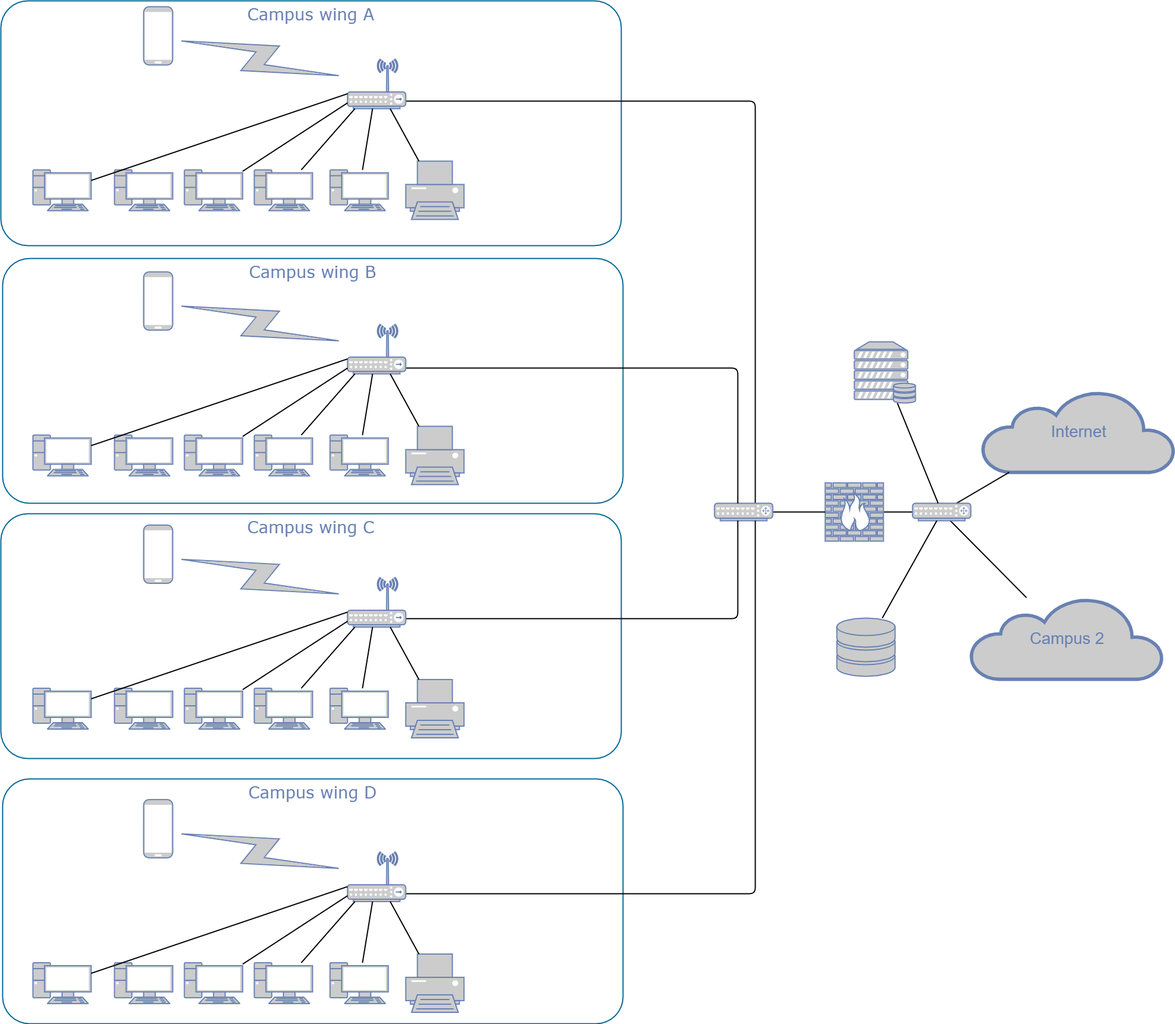
This is homenet-test.png from relishcolouredhat/kc-homeNet, a draw.io export, as it was before one commit. Source tidied: cells renumbered, new cells last; positions are measured from the earlier drawing's top-left corner, leaving out a move shared by most shapes.
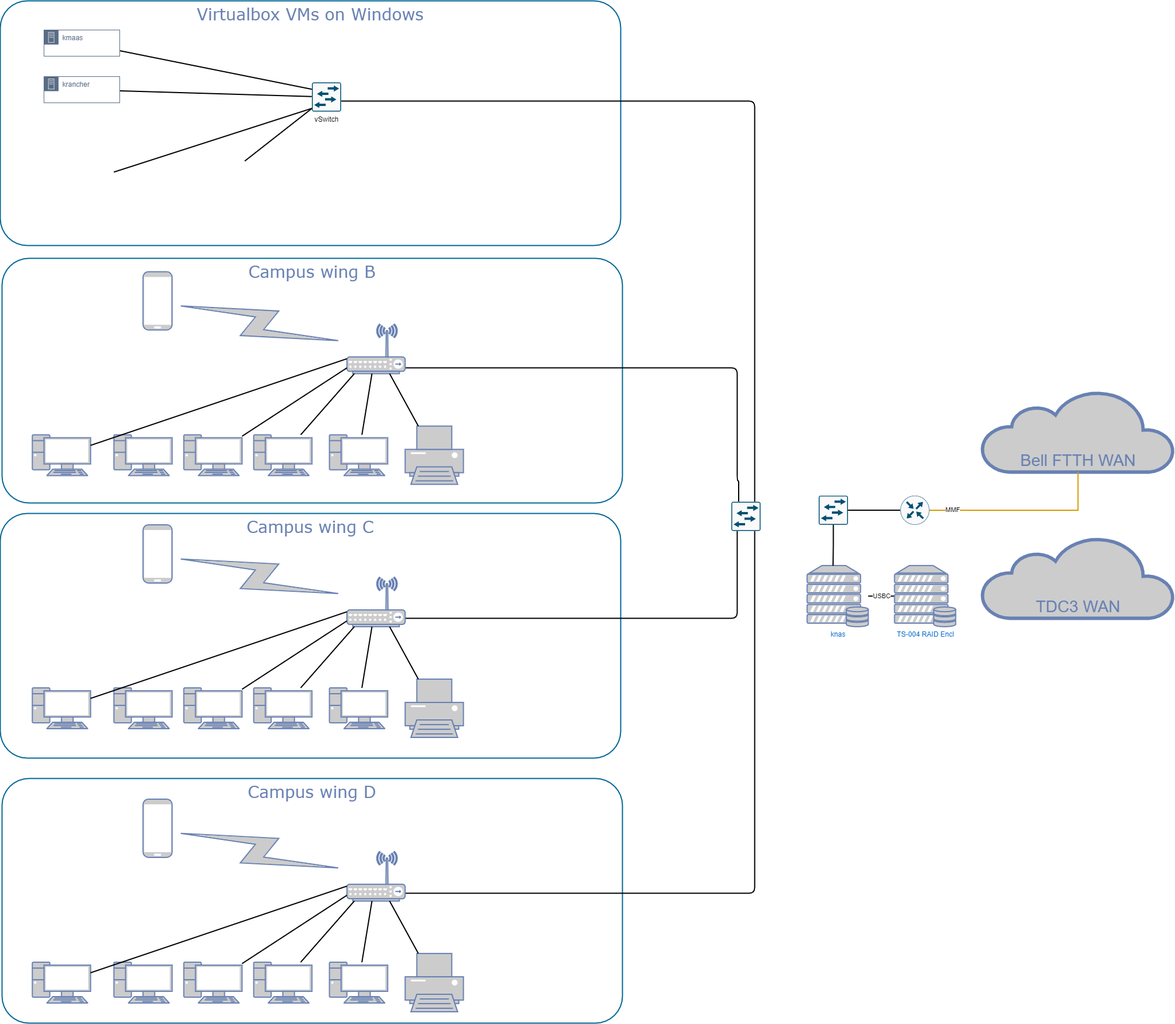
After the commit.

The edit, as a diff of the source:
```diff
@@ -13,12 +13,6 @@
     </mxCell>
-    <mxCell id="5" value="Campus wing A" style="rounded=1;whiteSpace=wrap;html=1;shadow=0;comic=0;strokeColor=#036897;strokeWidth=2;fillColor=none;fontFamily=Verdana;fontSize=28;fontColor=#6881B3;align=center;arcSize=11;verticalAlign=top;" parent="1" vertex="1">
+    <mxCell id="5" value="Virtualbox VMs on Windows" style="rounded=1;whiteSpace=wrap;html=1;shadow=0;comic=0;strokeColor=#036897;strokeWidth=2;fillColor=none;fontFamily=Verdana;fontSize=28;fontColor=#6881B3;align=center;arcSize=11;verticalAlign=top;" parent="1" vertex="1">
       <mxGeometry width="1065" height="420" as="geometry" />
     </mxCell>
-    <mxCell id="6" style="edgeStyle=none;html=1;labelBackgroundColor=none;endArrow=none;endFill=0;strokeWidth=2;fontFamily=Verdana;fontSize=28;fontColor=#6881B3;" parent="1" edge="1" source="7" target="58">
-      <mxGeometry relative="1" as="geometry" />
-    </mxCell>
-    <mxCell id="7" style="fontColor=#0066CC;verticalAlign=top;verticalLabelPosition=bottom;labelPosition=center;align=center;html=1;fillColor=#CCCCCC;strokeColor=#6881B3;gradientColor=none;gradientDirection=north;strokeWidth=2;shape=mxgraph.networks.firewall;rounded=0;shadow=0;comic=0;" parent="1" vertex="1">
-      <mxGeometry x="1415" y="827" width="100" height="100" as="geometry" />
-    </mxCell>
-    <mxCell id="8" style="edgeStyle=orthogonalEdgeStyle;html=1;labelBackgroundColor=none;endArrow=none;endFill=0;strokeWidth=2;fontFamily=Verdana;fontSize=15;fontColor=#036897;" parent="1" edge="1" source="17" target="10">
+    <mxCell id="8" style="edgeStyle=orthogonalEdgeStyle;html=1;labelBackgroundColor=none;endArrow=none;endFill=0;strokeWidth=2;fontFamily=Verdana;fontSize=15;fontColor=#036897;entryX=0.62;entryY=0.52;entryDx=0;entryDy=0;entryPerimeter=0;" parent="1" edge="1" source="80" target="81">
       <mxGeometry relative="1" as="geometry">
@@ -26,2 +20,3 @@
           <mxPoint x="1295" y="172" />
+          <mxPoint x="566" y="172" />
         </Array>
@@ -29,50 +24,18 @@
     </mxCell>
-    <mxCell id="9" style="edgeStyle=none;html=1;labelBackgroundColor=none;endArrow=none;endFill=0;strokeWidth=2;fontFamily=Verdana;fontSize=15;fontColor=#036897;" parent="1" edge="1" source="10" target="7">
-      <mxGeometry relative="1" as="geometry" />
-    </mxCell>
-    <mxCell id="10" style="fontColor=#0066CC;verticalAlign=top;verticalLabelPosition=bottom;labelPosition=center;align=center;html=1;fillColor=#CCCCCC;strokeColor=#6881B3;gradientColor=none;gradientDirection=north;strokeWidth=2;shape=mxgraph.networks.router;rounded=0;shadow=0;comic=0;" parent="1" vertex="1">
-      <mxGeometry x="1225" y="862" width="100" height="30" as="geometry" />
-    </mxCell>
-    <mxCell id="11" style="fontColor=#0066CC;verticalAlign=top;verticalLabelPosition=bottom;labelPosition=center;align=center;html=1;fillColor=#CCCCCC;strokeColor=#6881B3;gradientColor=none;gradientDirection=north;strokeWidth=2;shape=mxgraph.networks.pc;rounded=0;shadow=0;comic=0;" parent="1" vertex="1">
-      <mxGeometry x="55" y="290" width="100" height="70" as="geometry" />
-    </mxCell>
-    <mxCell id="12" style="fontColor=#0066CC;verticalAlign=top;verticalLabelPosition=bottom;labelPosition=center;align=center;html=1;fillColor=#CCCCCC;strokeColor=#6881B3;gradientColor=none;gradientDirection=north;strokeWidth=2;shape=mxgraph.networks.pc;rounded=0;shadow=0;comic=0;" parent="1" vertex="1">
-      <mxGeometry x="195" y="290" width="100" height="70" as="geometry" />
-    </mxCell>
-    <mxCell id="13" style="fontColor=#0066CC;verticalAlign=top;verticalLabelPosition=bottom;labelPosition=center;align=center;html=1;fillColor=#CCCCCC;strokeColor=#6881B3;gradientColor=none;gradientDirection=north;strokeWidth=2;shape=mxgraph.networks.pc;rounded=0;shadow=0;comic=0;" parent="1" vertex="1">
-      <mxGeometry x="315" y="290" width="100" height="70" as="geometry" />
-    </mxCell>
-    <mxCell id="14" style="fontColor=#0066CC;verticalAlign=top;verticalLabelPosition=bottom;labelPosition=center;align=center;html=1;fillColor=#CCCCCC;strokeColor=#6881B3;gradientColor=none;gradientDirection=north;strokeWidth=2;shape=mxgraph.networks.pc;rounded=0;shadow=0;comic=0;" parent="1" vertex="1">
-      <mxGeometry x="435" y="290" width="100" height="70" as="geometry" />
-    </mxCell>
-    <mxCell id="15" style="fontColor=#0066CC;verticalAlign=top;verticalLabelPosition=bottom;labelPosition=center;align=center;html=1;fillColor=#CCCCCC;strokeColor=#6881B3;gradientColor=none;gradientDirection=north;strokeWidth=2;shape=mxgraph.networks.pc;rounded=0;shadow=0;comic=0;" parent="1" vertex="1">
-      <mxGeometry x="565" y="290" width="100" height="70" as="geometry" />
-    </mxCell>
-    <mxCell id="16" style="fontColor=#0066CC;verticalAlign=top;verticalLabelPosition=bottom;labelPosition=center;align=center;html=1;fillColor=#CCCCCC;strokeColor=#6881B3;gradientColor=none;gradientDirection=north;strokeWidth=2;shape=mxgraph.networks.printer;rounded=0;shadow=0;comic=0;" parent="1" vertex="1">
-      <mxGeometry x="695" y="275" width="100" height="100" as="geometry" />
-    </mxCell>
-    <mxCell id="17" style="fontColor=#0066CC;verticalAlign=top;verticalLabelPosition=bottom;labelPosition=center;align=center;html=1;fillColor=#CCCCCC;strokeColor=#6881B3;gradientColor=none;gradientDirection=north;strokeWidth=2;shape=mxgraph.networks.wireless_hub;rounded=0;shadow=0;comic=0;" parent="1" vertex="1">
-      <mxGeometry x="595" y="100" width="100" height="85" as="geometry" />
-    </mxCell>
-    <mxCell id="18" style="edgeStyle=none;html=1;labelBackgroundColor=none;endArrow=none;endFill=0;strokeWidth=2;fontFamily=Verdana;fontSize=15;fontColor=#036897;" parent="1" edge="1" source="11" target="17">
+    <mxCell id="18" style="edgeStyle=none;html=1;labelBackgroundColor=none;endArrow=none;endFill=0;strokeWidth=2;fontFamily=Verdana;fontSize=15;fontColor=#036897;entryX=0.62;entryY=0.36;entryDx=0;entryDy=0;entryPerimeter=0;" parent="1" edge="1" source="82" target="81">
       <mxGeometry relative="1" as="geometry" />
     </mxCell>
-    <mxCell id="19" style="edgeStyle=none;html=1;labelBackgroundColor=none;endArrow=none;endFill=0;strokeWidth=2;fontFamily=Verdana;fontSize=15;fontColor=#036897;" parent="1" edge="1" source="13" target="17">
+    <mxCell id="19" style="edgeStyle=none;html=1;labelBackgroundColor=none;endArrow=none;endFill=0;strokeWidth=2;fontFamily=Verdana;fontSize=15;fontColor=#036897;" parent="1" edge="1" source="83" target="81">
       <mxGeometry relative="1" as="geometry" />
     </mxCell>
-    <mxCell id="20" style="edgeStyle=none;html=1;labelBackgroundColor=none;endArrow=none;endFill=0;strokeWidth=2;fontFamily=Verdana;fontSize=15;fontColor=#036897;" parent="1" edge="1" source="14" target="17">
-      <mxGeometry relative="1" as="geometry" />
+    <mxCell id="20" style="edgeStyle=none;html=1;labelBackgroundColor=none;endArrow=none;endFill=0;strokeWidth=2;fontFamily=Verdana;fontSize=15;fontColor=#036897;entryX=0.84;entryY=0.62;entryDx=0;entryDy=0;entryPerimeter=0;" parent="1" edge="1" target="81">
+      <mxGeometry relative="1" as="geometry">
+        <mxPoint x="195" y="293.9" as="sourcePoint" />
+      </mxGeometry>
     </mxCell>
-    <mxCell id="21" style="edgeStyle=none;html=1;labelBackgroundColor=none;endArrow=none;endFill=0;strokeWidth=2;fontFamily=Verdana;fontSize=15;fontColor=#036897;" parent="1" edge="1" source="15" target="17">
-      <mxGeometry relative="1" as="geometry" />
+    <mxCell id="21" style="edgeStyle=none;html=1;labelBackgroundColor=none;endArrow=none;endFill=0;strokeWidth=2;fontFamily=Verdana;fontSize=15;fontColor=#036897;" parent="1" edge="1" target="81">
+      <mxGeometry relative="1" as="geometry">
+        <mxPoint x="419.7" y="275" as="sourcePoint" />
+      </mxGeometry>
     </mxCell>
-    <mxCell id="22" style="edgeStyle=none;html=1;labelBackgroundColor=none;endArrow=none;endFill=0;strokeWidth=2;fontFamily=Verdana;fontSize=15;fontColor=#036897;" parent="1" edge="1" source="16" target="17">
-      <mxGeometry relative="1" as="geometry" />
-    </mxCell>
-    <mxCell id="23" style="html=1;fillColor=#CCCCCC;strokeColor=#6881B3;gradientColor=none;gradientDirection=north;strokeWidth=2;shape=mxgraph.networks.comm_link_edge;html=1;labelBackgroundColor=none;endArrow=none;endFill=0;fontFamily=Verdana;fontSize=20;" parent="1" edge="1" source="17" target="24">
-      <mxGeometry relative="1" as="geometry" />
-    </mxCell>
-    <mxCell id="24" style="fontColor=#0066CC;verticalAlign=top;verticalLabelPosition=bottom;labelPosition=center;align=center;html=1;fillColor=#CCCCCC;strokeColor=#6881B3;gradientColor=none;gradientDirection=north;strokeWidth=2;shape=mxgraph.networks.mobile;rounded=0;shadow=0;comic=0;" parent="1" vertex="1">
-      <mxGeometry x="245" y="10" width="50" height="100" as="geometry" />
-    </mxCell>
     <mxCell id="25" style="fontColor=#0066CC;verticalAlign=top;verticalLabelPosition=bottom;labelPosition=center;align=center;html=1;fillColor=#CCCCCC;strokeColor=#6881B3;gradientColor=none;gradientDirection=north;strokeWidth=2;shape=mxgraph.networks.pc;rounded=0;shadow=0;comic=0;" parent="1" vertex="1">
@@ -95,3 +58,3 @@
     </mxCell>
-    <mxCell id="31" style="edgeStyle=orthogonalEdgeStyle;html=1;labelBackgroundColor=none;endArrow=none;endFill=0;strokeWidth=2;fontFamily=Verdana;fontSize=15;fontColor=#036897;" parent="1" edge="1" source="32" target="10">
+    <mxCell id="31" style="edgeStyle=orthogonalEdgeStyle;html=1;labelBackgroundColor=none;endArrow=none;endFill=0;strokeWidth=2;fontFamily=Verdana;fontSize=15;fontColor=#036897;entryX=0.25;entryY=0;entryDx=0;entryDy=0;entryPerimeter=0;" parent="1" edge="1" source="32" target="80">
       <mxGeometry relative="1" as="geometry">
@@ -99,2 +62,4 @@
           <mxPoint x="1265" y="630" />
+          <mxPoint x="1265" y="824" />
+          <mxPoint x="1268" y="860" />
         </Array>
@@ -144,3 +109,3 @@
     </mxCell>
-    <mxCell id="46" style="edgeStyle=orthogonalEdgeStyle;html=1;labelBackgroundColor=none;endArrow=none;endFill=0;strokeWidth=2;fontFamily=Verdana;fontSize=15;fontColor=#036897;" parent="1" edge="1" source="47" target="10">
+    <mxCell id="46" style="edgeStyle=orthogonalEdgeStyle;html=1;labelBackgroundColor=none;endArrow=none;endFill=0;strokeWidth=2;fontFamily=Verdana;fontSize=15;fontColor=#036897;" parent="1" edge="1" source="47" target="80">
       <mxGeometry relative="1" as="geometry">
@@ -175,25 +140,10 @@
     </mxCell>
-    <mxCell id="55" value="Internet" style="html=1;fillColor=#CCCCCC;strokeColor=#6881B3;gradientColor=none;gradientDirection=north;strokeWidth=2;shape=mxgraph.networks.cloud;fontColor=#6881B3;rounded=0;shadow=0;comic=0;align=center;fontSize=28;" parent="1" vertex="1">
+    <mxCell id="55" value="Bell FTTH WAN" style="html=1;fillColor=#CCCCCC;strokeColor=#6881B3;gradientColor=none;gradientDirection=north;strokeWidth=2;shape=mxgraph.networks.cloud;fontColor=#6881B3;rounded=0;shadow=0;comic=0;align=center;fontSize=28;verticalAlign=bottom;" parent="1" vertex="1">
       <mxGeometry x="1685" y="669" width="330" height="140" as="geometry" />
     </mxCell>
-    <mxCell id="56" style="edgeStyle=none;html=1;labelBackgroundColor=none;endArrow=none;endFill=0;strokeWidth=2;fontFamily=Verdana;fontSize=28;fontColor=#6881B3;" parent="1" edge="1" source="58" target="55">
-      <mxGeometry relative="1" as="geometry" />
-    </mxCell>
-    <mxCell id="57" style="edgeStyle=none;html=1;labelBackgroundColor=none;endArrow=none;endFill=0;strokeWidth=2;fontFamily=Verdana;fontSize=28;fontColor=#6881B3;" parent="1" edge="1" source="58" target="78">
-      <mxGeometry relative="1" as="geometry" />
-    </mxCell>
-    <mxCell id="58" style="fontColor=#0066CC;verticalAlign=top;verticalLabelPosition=bottom;labelPosition=center;align=center;html=1;fillColor=#CCCCCC;strokeColor=#6881B3;gradientColor=none;gradientDirection=north;strokeWidth=2;shape=mxgraph.networks.router;rounded=0;shadow=0;comic=0;" parent="1" vertex="1">
-      <mxGeometry x="1565" y="862" width="100" height="30" as="geometry" />
-    </mxCell>
-    <mxCell id="59" style="edgeStyle=none;html=1;labelBackgroundColor=none;endArrow=none;endFill=0;strokeWidth=2;fontFamily=Verdana;fontSize=28;fontColor=#6881B3;" parent="1" edge="1" source="60" target="58">
-      <mxGeometry relative="1" as="geometry" />
-    </mxCell>
-    <mxCell id="60" style="fontColor=#0066CC;verticalAlign=top;verticalLabelPosition=bottom;labelPosition=center;align=center;html=1;fillColor=#CCCCCC;strokeColor=#6881B3;gradientColor=none;gradientDirection=north;strokeWidth=2;shape=mxgraph.networks.storage;rounded=0;shadow=0;comic=0;" parent="1" vertex="1">
-      <mxGeometry x="1435" y="1059" width="100" height="100" as="geometry" />
-    </mxCell>
-    <mxCell id="61" style="edgeStyle=none;html=1;labelBackgroundColor=none;endArrow=none;endFill=0;strokeWidth=2;fontFamily=Verdana;fontSize=28;fontColor=#6881B3;" parent="1" edge="1" source="62" target="58">
-      <mxGeometry relative="1" as="geometry" />
-    </mxCell>
+    <mxCell id="79" value="USBC" style="edgeStyle=orthogonalEdgeStyle;rounded=0;jettySize=auto;html=1;entryX=0;entryY=0.5;entryDx=0;entryDy=0;entryPerimeter=0;endArrow=none;endFill=0;strokeWidth=2;" parent="1" edge="1" source="62" target="89">
+      <mxGeometry relative="1" as="geometry" />
+    </mxCell>
-    <mxCell id="62" style="fontColor=#0066CC;verticalAlign=top;verticalLabelPosition=bottom;labelPosition=center;align=center;html=1;fillColor=#CCCCCC;strokeColor=#6881B3;gradientColor=none;gradientDirection=north;strokeWidth=2;shape=mxgraph.networks.server_storage;rounded=0;shadow=0;comic=0;" parent="1" vertex="1">
-      <mxGeometry x="1465" y="585" width="105" height="105" as="geometry" />
+    <mxCell id="62" value="knas" style="fontColor=#0066CC;verticalAlign=top;verticalLabelPosition=bottom;labelPosition=center;align=center;html=1;fillColor=#CCCCCC;strokeColor=#6881B3;gradientColor=none;gradientDirection=north;strokeWidth=2;shape=mxgraph.networks.server_storage;rounded=0;shadow=0;comic=0;" parent="1" vertex="1">
+      <mxGeometry x="1385" y="969.4" width="105" height="105" as="geometry" />
     </mxCell>
@@ -217,3 +167,3 @@
     </mxCell>
-    <mxCell id="69" style="edgeStyle=orthogonalEdgeStyle;html=1;labelBackgroundColor=none;endArrow=none;endFill=0;strokeWidth=2;fontFamily=Verdana;fontSize=28;fontColor=#6881B3;" parent="1" edge="1" source="70" target="10">
+    <mxCell id="69" style="edgeStyle=orthogonalEdgeStyle;html=1;labelBackgroundColor=none;endArrow=none;endFill=0;strokeWidth=2;fontFamily=Verdana;fontSize=28;fontColor=#6881B3;" parent="1" edge="1" source="70" target="80">
       <mxGeometry relative="1" as="geometry">
@@ -248,5 +198,35 @@
     </mxCell>
-    <mxCell id="78" value="Campus 2" style="html=1;fillColor=#CCCCCC;strokeColor=#6881B3;gradientColor=none;gradientDirection=north;strokeWidth=2;shape=mxgraph.networks.cloud;fontColor=#6881B3;rounded=0;shadow=0;comic=0;align=center;fontSize=28;" parent="1" vertex="1">
-      <mxGeometry x="1665" y="1024" width="330" height="140" as="geometry" />
+    <mxCell id="78" value="TDC3 WAN" style="html=1;fillColor=#CCCCCC;strokeColor=#6881B3;gradientColor=none;gradientDirection=north;strokeWidth=2;shape=mxgraph.networks.cloud;fontColor=#6881B3;rounded=0;shadow=0;comic=0;align=center;fontSize=28;verticalAlign=bottom;" parent="1" vertex="1">
+      <mxGeometry x="1685" y="920" width="330" height="140" as="geometry" />
     </mxCell>
+    <mxCell id="80" style="sketch=0;points=[[0.015,0.015,0],[0.985,0.015,0],[0.985,0.985,0],[0.015,0.985,0],[0.25,0,0],[0.5,0,0],[0.75,0,0],[1,0.25,0],[1,0.5,0],[1,0.75,0],[0.75,1,0],[0.5,1,0],[0.25,1,0],[0,0.75,0],[0,0.5,0],[0,0.25,0]];verticalLabelPosition=bottom;html=1;verticalAlign=top;align=center;shape=mxgraph.cisco19.rect;prIcon=l2_switch;fillColor=#FAFAFA;strokeColor=#005073;" parent="1" vertex="1">
+      <mxGeometry x="1255" y="860" width="50" height="50" as="geometry" />
+    </mxCell>
+    <mxCell id="81" value="vSwitch" style="sketch=0;points=[[0.015,0.015,0],[0.985,0.015,0],[0.985,0.985,0],[0.015,0.985,0],[0.25,0,0],[0.5,0,0],[0.75,0,0],[1,0.25,0],[1,0.5,0],[1,0.75,0],[0.75,1,0],[0.5,1,0],[0.25,1,0],[0,0.75,0],[0,0.5,0],[0,0.25,0]];verticalLabelPosition=bottom;html=1;verticalAlign=top;align=center;shape=mxgraph.cisco19.rect;prIcon=l2_switch;fillColor=#FAFAFA;strokeColor=#005073;" parent="1" vertex="1">
+      <mxGeometry x="535" y="140" width="50" height="50" as="geometry" />
+    </mxCell>
+    <mxCell id="82" value="kmaas" style="points=[[0,0],[0.25,0],[0.5,0],[0.75,0],[1,0],[1,0.25],[1,0.5],[1,0.75],[1,1],[0.75,1],[0.5,1],[0.25,1],[0,1],[0,0.75],[0,0.5],[0,0.25]];outlineConnect=0;gradientColor=none;html=1;whiteSpace=wrap;fontSize=12;fontStyle=0;shape=mxgraph.aws4.group;grIcon=mxgraph.aws4.group_on_premise;strokeColor=#5A6C86;fillColor=none;verticalAlign=top;align=left;spacingLeft=30;fontColor=#5A6C86;dashed=0;" parent="1" vertex="1">
+      <mxGeometry x="75" y="50" width="130" height="45" as="geometry" />
+    </mxCell>
+    <mxCell id="83" value="krancher" style="points=[[0,0],[0.25,0],[0.5,0],[0.75,0],[1,0],[1,0.25],[1,0.5],[1,0.75],[1,1],[0.75,1],[0.5,1],[0.25,1],[0,1],[0,0.75],[0,0.5],[0,0.25]];outlineConnect=0;gradientColor=none;html=1;whiteSpace=wrap;fontSize=12;fontStyle=0;shape=mxgraph.aws4.group;grIcon=mxgraph.aws4.group_on_premise;strokeColor=#5A6C86;fillColor=none;verticalAlign=top;align=left;spacingLeft=30;fontColor=#5A6C86;dashed=0;" parent="1" vertex="1">
+      <mxGeometry x="75" y="130" width="130" height="45" as="geometry" />
+    </mxCell>
+    <mxCell id="84" style="edgeStyle=orthogonalEdgeStyle;rounded=0;jettySize=auto;html=1;endArrow=none;endFill=0;strokeWidth=2;entryX=0.424;entryY=0.003;entryDx=0;entryDy=0;entryPerimeter=0;" parent="1" edge="1" source="85" target="62">
+      <mxGeometry relative="1" as="geometry" />
+    </mxCell>
+    <mxCell id="85" style="sketch=0;points=[[0.015,0.015,0],[0.985,0.015,0],[0.985,0.985,0],[0.015,0.985,0],[0.25,0,0],[0.5,0,0],[0.75,0,0],[1,0.25,0],[1,0.5,0],[1,0.75,0],[0.75,1,0],[0.5,1,0],[0.25,1,0],[0,0.75,0],[0,0.5,0],[0,0.25,0]];verticalLabelPosition=bottom;html=1;verticalAlign=top;align=center;shape=mxgraph.cisco19.rect;prIcon=l2_switch;fillColor=#FAFAFA;strokeColor=#005073;" parent="1" vertex="1">
+      <mxGeometry x="1405" y="849.4" width="50" height="50" as="geometry" />
+    </mxCell>
+    <mxCell id="86" value="MMF" style="edgeStyle=orthogonalEdgeStyle;rounded=0;jettySize=auto;html=1;endArrow=none;endFill=0;strokeWidth=2;fillColor=#ffe6cc;strokeColor=#d79b00;" parent="1" edge="1" source="87" target="55">
+      <mxGeometry x="-0.75" relative="1" as="geometry" />
+    </mxCell>
+    <mxCell id="87" style="sketch=0;points=[[0.5,0,0],[1,0.5,0],[0.5,1,0],[0,0.5,0],[0.145,0.145,0],[0.8555,0.145,0],[0.855,0.8555,0],[0.145,0.855,0]];verticalLabelPosition=bottom;html=1;verticalAlign=top;align=center;shape=mxgraph.cisco19.rect;prIcon=router;fillColor=#FAFAFA;strokeColor=#005073;" parent="1" vertex="1">
+      <mxGeometry x="1545" y="849.4" width="50" height="50" as="geometry" />
+    </mxCell>
+    <mxCell id="88" style="edgeStyle=orthogonalEdgeStyle;rounded=0;jettySize=auto;html=1;endArrow=none;strokeWidth=2;" parent="1" edge="1" source="85" target="87">
+      <mxGeometry relative="1" as="geometry" />
+    </mxCell>
+    <mxCell id="89" value="TS-004 RAID Encl" style="fontColor=#0066CC;verticalAlign=top;verticalLabelPosition=bottom;labelPosition=center;align=center;html=1;fillColor=#CCCCCC;strokeColor=#6881B3;gradientColor=none;gradientDirection=north;strokeWidth=2;shape=mxgraph.networks.server_storage;rounded=0;shadow=0;comic=0;" parent="1" vertex="1">
+      <mxGeometry x="1535" y="969.4" width="105" height="105" as="geometry" />
+    </mxCell>
   </root>
```
